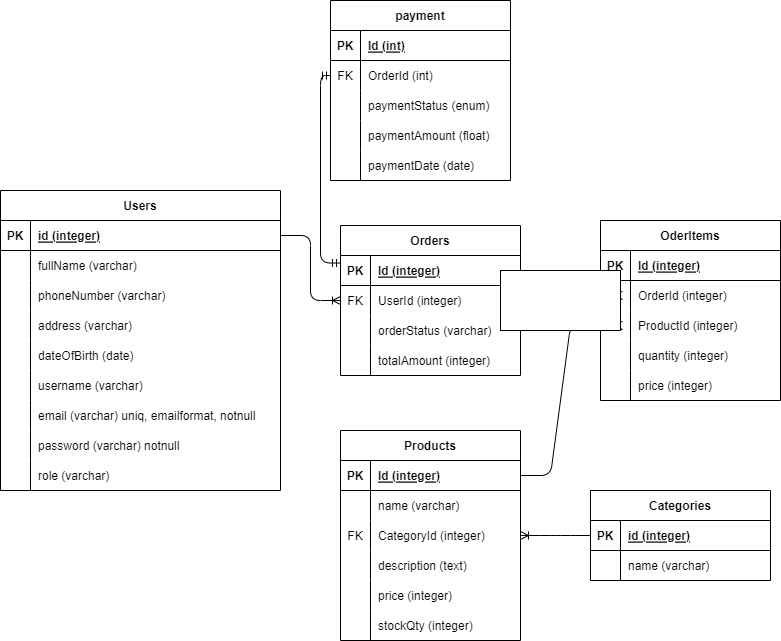
Earlier version of the draw.io export schema.drawio.png (nrahmatk/Hackvit8-Shop). Source tidied: cells renumbered, new cells last; positions are measured from the earlier drawing's top-left corner, leaving out a move shared by most shapes.
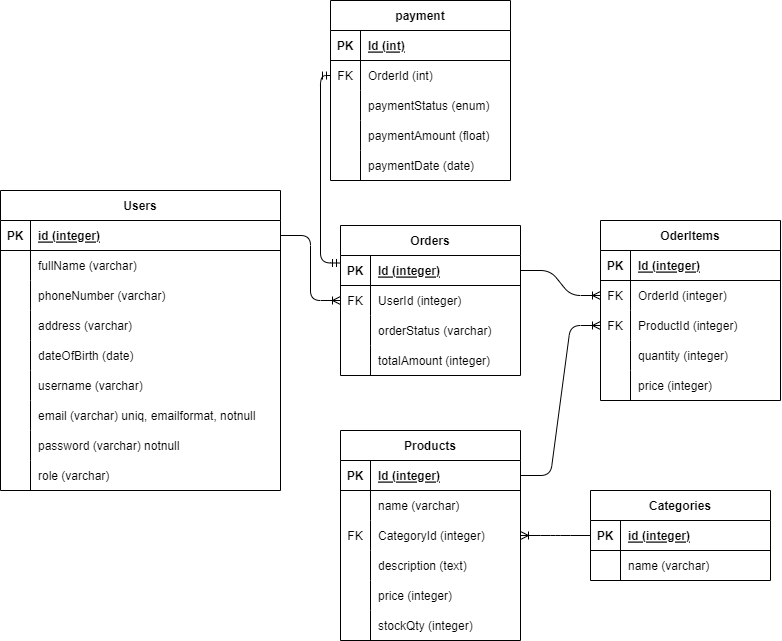
After the change.

Diff of the diagram source:
```diff
@@ -314,8 +314,5 @@
     <mxCell id="105" style="edgeStyle=orthogonalEdgeStyle;fontSize=12;html=1;endArrow=ERmandOne;startArrow=ERmandOne;entryX=0;entryY=0.5;entryDx=0;entryDy=0;exitX=0;exitY=0.25;exitDx=0;exitDy=0;" parent="1" edge="1" source="57" target="93">
       <mxGeometry relative="1" as="geometry" />
     </mxCell>
-    <mxCell id="106" style="whiteSpace=wrap;html=1;" parent="1" vertex="1">
-      <mxGeometry x="500" y="270" width="120" height="60" as="geometry" />
-    </mxCell>
   </root>
 </mxGraphModel>
```
